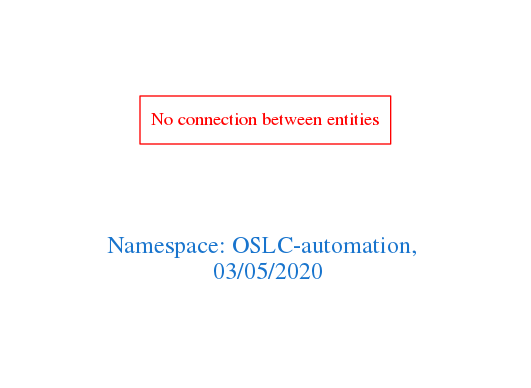
Before: downloads/OSLC-automation.png, a diagram exported from Graphviz (arago/OGIT). Its source is kept beside it as downloads/OSLC-automation.dot.
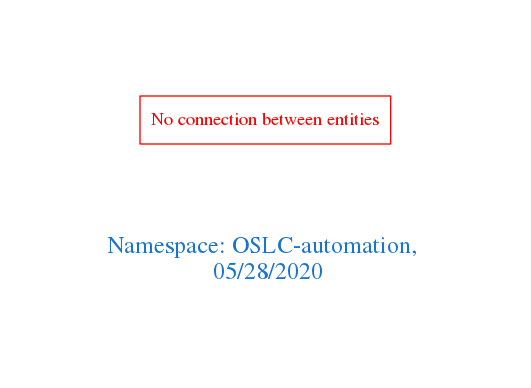
The same file after the commit.

Change to the diagram source:
```diff
@@ -1,7 +1,7 @@
 digraph OGIT_ontology {
  graph [ rankdir= LR,pad=1
 fontsize = 18,
-fontcolor= dodgerblue3,label = "\n\n\nNamespace: OSLC-automation, \n 03/05/2020"];
+fontcolor= dodgerblue3,label = "\n\n\nNamespace: OSLC-automation, \n 05/28/2020"];
 node[shape=polygon];
 edge [  color="gray81"];
 
```
